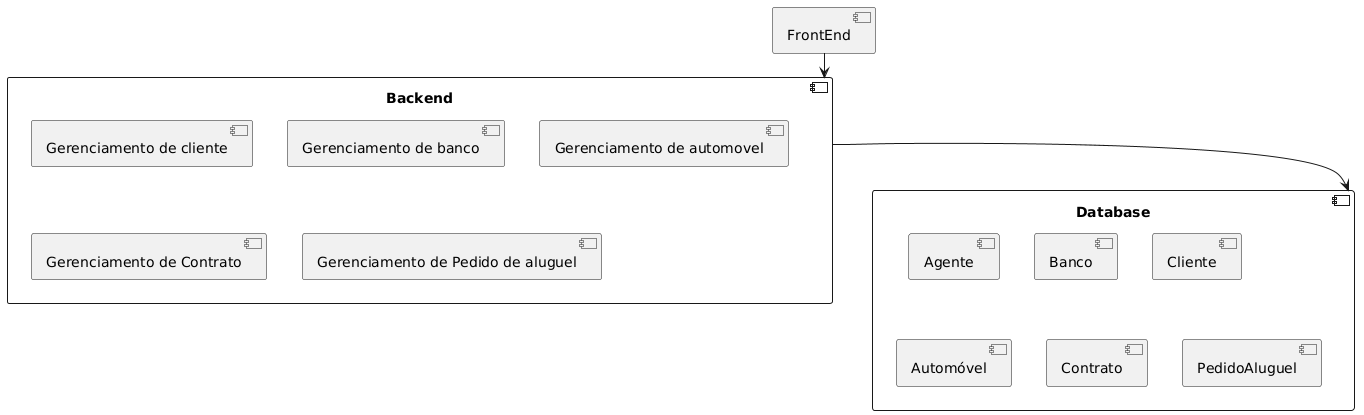
The PlantUML diagram project/img/componentdiagram.png in iannovais/LDS-aluguel-de-veiculos, before a commit.
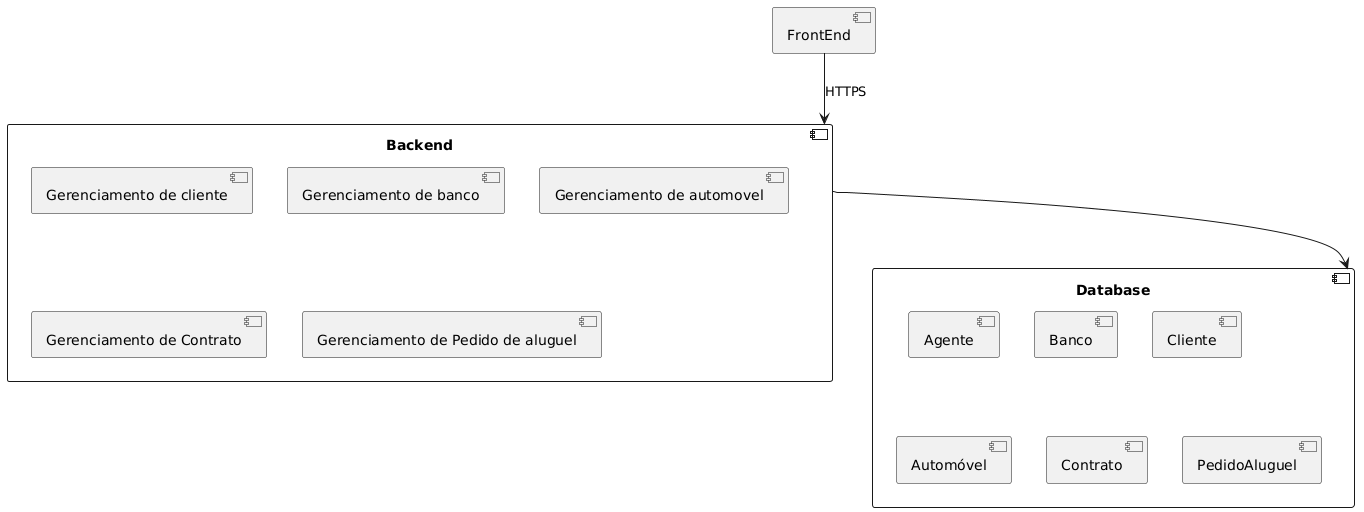
Above is the later version.

Diff of the diagram source:
```diff
@@ -1,22 +1,22 @@
 @startuml
 component "FrontEnd" as Browser
 component "Backend" as Backend {
-     component "Gerenciamento de cliente" as gCliente
-     component "Gerenciamento de banco" as gBanco
-     component "Gerenciamento de automovel" as gAutomovel
-     component "Gerenciamento de Contrato" as gContrato
-     component "Gerenciamento de Pedido de aluguel" as gPAluguel
+    component "Gerenciamento de cliente" as gCliente
+    component "Gerenciamento de banco" as gBanco
+    component "Gerenciamento de automovel" as gAutomovel
+    component "Gerenciamento de Contrato" as gContrato
+    component "Gerenciamento de Pedido de aluguel" as gPAluguel
 }
 component "Database" as Database {
-     component "Agente" as agente
-     component "Banco" as banco
-     component "Usuario" as cliente
-     component "Cliente" as cliente
-     component "Automóvel" as automovel
-     component "Contrato" as contrato
-     component "PedidoAluguel" as pedido
+    component "Agente" as agente
+    component "Banco" as banco
+    component "Usuario" as cliente
+    component "Cliente" as cliente
+    component "Automóvel" as automovel
+    component "Contrato" as contrato
+    component "PedidoAluguel" as pedido
 }
 
-Browser --> Backend
+Browser --> Backend : HTTPS
 Backend --> Database
 @enduml
```
